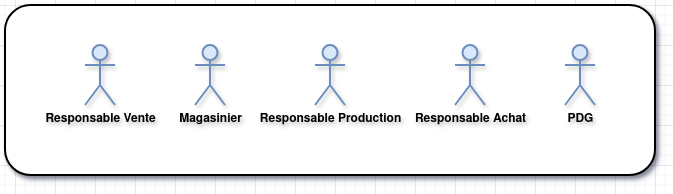
The draw.io diagram images/Acteurs.png in aliguennari/RayhanERPLatex, before a commit. Source tidied: cells renumbered, new cells last; positions are measured from the earlier drawing's top-left corner, leaving out a move shared by most shapes.
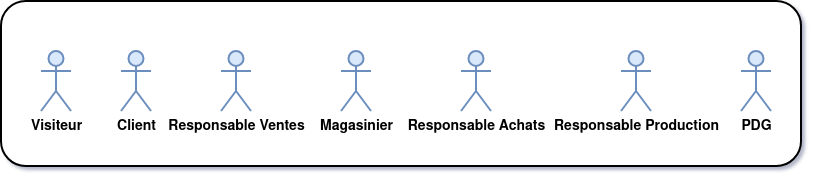
Later version of the same file.

Diff of the diagram source:
```diff
@@ -2,23 +2,29 @@
   <root>
     <mxCell id="0" />
     <mxCell id="1" parent="0" />
-    <mxCell id="2" style="rounded=1;whiteSpace=wrap;html=1;shadow=1;strokeWidth=2;textShadow=1;" parent="1" vertex="1">
-      <mxGeometry width="650" height="170" as="geometry" />
+    <mxCell id="2" style="rounded=1;whiteSpace=wrap;html=1;shadow=0;strokeWidth=2;textShadow=0;" parent="1" vertex="1">
+      <mxGeometry x="-50" y="210" width="800" height="165" as="geometry" />
     </mxCell>
+    <mxCell id="6" value="Magasinier" style="shape=umlActor;verticalLabelPosition=bottom;verticalAlign=top;html=1;shadow=0;strokeWidth=2;fillColor=#dae8fc;strokeColor=#6c8ebf;textShadow=0;fontSize=14;fontStyle=1;" parent="1" vertex="1">
+      <mxGeometry x="290" y="260" width="30" height="60" as="geometry" />
+    </mxCell>
+    <mxCell id="8" value="Responsable Achats" style="shape=umlActor;verticalLabelPosition=bottom;verticalAlign=top;html=1;shadow=0;strokeWidth=2;fillColor=#dae8fc;strokeColor=#6c8ebf;textShadow=0;fontSize=14;fontStyle=1;" parent="1" vertex="1">
+      <mxGeometry x="410" y="260" width="30" height="60" as="geometry" />
+    </mxCell>
-    <mxCell id="3" value="&lt;div&gt;PDG&lt;/div&gt;" style="shape=umlActor;verticalLabelPosition=bottom;verticalAlign=top;html=1;shadow=1;strokeWidth=2;textShadow=1;labelBorderColor=none;fontSize=12;fontStyle=1;fillColor=#dae8fc;strokeColor=#6c8ebf;" parent="1" vertex="1">
-      <mxGeometry x="560" y="40" width="30" height="60" as="geometry" />
+    <mxCell id="3" value="PDG" style="shape=umlActor;verticalLabelPosition=bottom;verticalAlign=top;html=1;shadow=0;strokeWidth=2;fillColor=#dae8fc;strokeColor=#6c8ebf;textShadow=0;fontSize=14;fontStyle=1;" parent="1" vertex="1">
+      <mxGeometry x="690" y="260" width="30" height="60" as="geometry" />
     </mxCell>
-    <mxCell id="4" value="Responsable Vente" style="shape=umlActor;verticalLabelPosition=bottom;verticalAlign=top;html=1;shadow=1;strokeWidth=2;textShadow=1;labelBorderColor=none;fontSize=12;fontStyle=1;fillColor=#dae8fc;strokeColor=#6c8ebf;" parent="1" vertex="1">
-      <mxGeometry x="80" y="40" width="30" height="60" as="geometry" />
-    </mxCell>
+    <mxCell id="9" value="Client" style="shape=umlActor;verticalLabelPosition=bottom;verticalAlign=top;html=1;shadow=0;strokeWidth=2;fillColor=#dae8fc;strokeColor=#6c8ebf;textShadow=0;fontSize=14;fontStyle=1;" parent="1" vertex="1">
+      <mxGeometry x="70" y="260" width="30" height="60" as="geometry" />
+    </mxCell>
+    <mxCell id="10" value="Visiteur" style="shape=umlActor;verticalLabelPosition=bottom;verticalAlign=top;html=1;shadow=0;strokeWidth=2;fillColor=#dae8fc;strokeColor=#6c8ebf;textShadow=0;fontSize=14;fontStyle=1;" parent="1" vertex="1">
+      <mxGeometry x="-10" y="260" width="30" height="60" as="geometry" />
+    </mxCell>
+    <mxCell id="11" value="Responsable Ventes" style="shape=umlActor;verticalLabelPosition=bottom;verticalAlign=top;html=1;shadow=0;strokeWidth=2;fillColor=#dae8fc;strokeColor=#6c8ebf;textShadow=0;fontSize=14;fontStyle=1;" parent="1" vertex="1">
+      <mxGeometry x="170" y="260" width="30" height="60" as="geometry" />
+    </mxCell>
-    <mxCell id="5" value="Responsable Production" style="shape=umlActor;verticalLabelPosition=bottom;verticalAlign=top;html=1;shadow=1;strokeWidth=2;textShadow=1;labelBorderColor=none;fontSize=12;fontStyle=1;fillColor=#dae8fc;strokeColor=#6c8ebf;" parent="1" vertex="1">
-      <mxGeometry x="310" y="40" width="30" height="60" as="geometry" />
+    <mxCell id="5" value="Responsable Production" style="shape=umlActor;verticalLabelPosition=bottom;verticalAlign=top;html=1;shadow=0;strokeWidth=2;fillColor=#dae8fc;strokeColor=#6c8ebf;textShadow=0;fontSize=14;fontStyle=1;" parent="1" vertex="1">
+      <mxGeometry x="570" y="260" width="30" height="60" as="geometry" />
     </mxCell>
-    <mxCell id="6" value="Magasinier" style="shape=umlActor;verticalLabelPosition=bottom;verticalAlign=top;html=1;shadow=1;strokeWidth=2;textShadow=1;labelBorderColor=none;fontSize=12;fontStyle=1;fillColor=#dae8fc;strokeColor=#6c8ebf;" parent="1" vertex="1">
-      <mxGeometry x="190" y="40" width="30" height="60" as="geometry" />
-    </mxCell>
-    <mxCell id="7" value="Responsable Achat" style="shape=umlActor;verticalLabelPosition=bottom;verticalAlign=top;html=1;shadow=1;strokeWidth=2;textShadow=1;labelBorderColor=none;fontSize=12;fontStyle=1;fillColor=#dae8fc;strokeColor=#6c8ebf;" parent="1" vertex="1">
-      <mxGeometry x="450" y="40" width="30" height="60" as="geometry" />
-    </mxCell>
   </root>
 </mxGraphModel>
```
